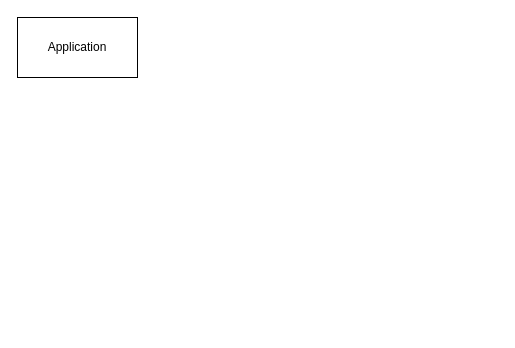
Earlier version of the draw.io diagram page "application" (1 of 4) of 未命名绘图.drawio (kuiiue/genshin-rhythm). Source tidied: cells renumbered, new cells numbered last; positions are measured from the earlier drawing's top-left corner, leaving out a move shared by most shapes. Both pictures are drawn from the tidied source at 100%, with x=0, y=0 at pixel (17, 17).
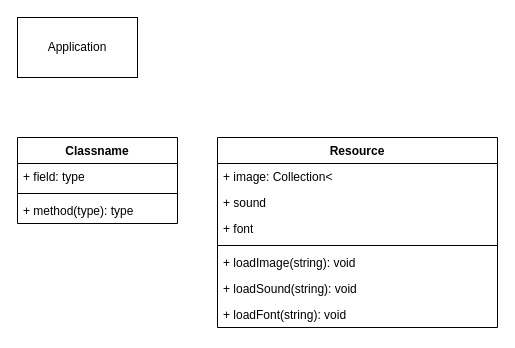
After the change.

The edit, as a diff of the source:
```diff
@@
 <mxGraphModel>
   <root>
     <mxCell id="0" />
     <mxCell id="1" parent="0" />
     <mxCell id="2" value="&lt;div&gt;Application&lt;/div&gt;" style="rounded=0;whiteSpace=wrap;html=1;" parent="1" vertex="1">
       <mxGeometry width="120" height="60" as="geometry" />
     </mxCell>
+    <mxCell id="3" value="Classname" style="swimlane;fontStyle=1;align=center;verticalAlign=top;horizontal=1;startSize=26;whiteSpace=wrap;html=1;" parent="1" vertex="1">
+      <mxGeometry y="120" width="160" height="86" as="geometry" />
+    </mxCell>
+    <mxCell id="4" value="+ field: type" style="text;strokeColor=none;fillColor=none;align=left;verticalAlign=top;spacingLeft=4;spacingRight=4;overflow=hidden;whiteSpace=wrap;html=1;" parent="3" vertex="1">
+      <mxGeometry y="26" width="160" height="26" as="geometry" />
+    </mxCell>
+    <mxCell id="5" style="line;strokeWidth=1;fillColor=none;align=left;verticalAlign=middle;spacingTop=-1;spacingLeft=3;spacingRight=3;labelPosition=right;strokeColor=inherit;" parent="3" vertex="1">
+      <mxGeometry y="52" width="160" height="8" as="geometry" />
+    </mxCell>
+    <mxCell id="6" value="+ method(type): type" style="text;strokeColor=none;fillColor=none;align=left;verticalAlign=top;spacingLeft=4;spacingRight=4;overflow=hidden;whiteSpace=wrap;html=1;" parent="3" vertex="1">
+      <mxGeometry y="60" width="160" height="26" as="geometry" />
+    </mxCell>
+    <mxCell id="7" value="Resource" style="swimlane;fontStyle=1;align=center;verticalAlign=top;horizontal=1;startSize=26;whiteSpace=wrap;html=1;" parent="1" vertex="1">
+      <mxGeometry x="200" y="120" width="280" height="190" as="geometry" />
+    </mxCell>
+    <mxCell id="8" value="+ image: Collection&amp;lt;" style="text;strokeColor=none;fillColor=none;align=left;verticalAlign=top;spacingLeft=4;spacingRight=4;overflow=hidden;whiteSpace=wrap;html=1;" parent="7" vertex="1">
+      <mxGeometry y="26" width="280" height="26" as="geometry" />
+    </mxCell>
+    <mxCell id="9" value="+ sound" style="text;strokeColor=none;fillColor=none;align=left;verticalAlign=top;spacingLeft=4;spacingRight=4;overflow=hidden;whiteSpace=wrap;html=1;" parent="7" vertex="1">
+      <mxGeometry y="52" width="280" height="26" as="geometry" />
+    </mxCell>
+    <mxCell id="10" value="+ font" style="text;strokeColor=none;fillColor=none;align=left;verticalAlign=top;spacingLeft=4;spacingRight=4;overflow=hidden;whiteSpace=wrap;html=1;" parent="7" vertex="1">
+      <mxGeometry y="78" width="280" height="26" as="geometry" />
+    </mxCell>
+    <mxCell id="11" style="line;strokeWidth=1;fillColor=none;align=left;verticalAlign=middle;spacingTop=-1;spacingLeft=3;spacingRight=3;labelPosition=right;strokeColor=inherit;" parent="7" vertex="1">
+      <mxGeometry y="104" width="280" height="8" as="geometry" />
+    </mxCell>
+    <mxCell id="12" value="+ loadImage(string): void" style="text;strokeColor=none;fillColor=none;align=left;verticalAlign=top;spacingLeft=4;spacingRight=4;overflow=hidden;whiteSpace=wrap;html=1;" parent="7" vertex="1">
+      <mxGeometry y="112" width="280" height="26" as="geometry" />
+    </mxCell>
+    <mxCell id="13" value="+ loadSound(string): void" style="text;strokeColor=none;fillColor=none;align=left;verticalAlign=top;spacingLeft=4;spacingRight=4;overflow=hidden;whiteSpace=wrap;html=1;" parent="7" vertex="1">
+      <mxGeometry y="138" width="280" height="26" as="geometry" />
+    </mxCell>
+    <mxCell id="14" value="+ loadFont(string): void" style="text;strokeColor=none;fillColor=none;align=left;verticalAlign=top;spacingLeft=4;spacingRight=4;overflow=hidden;whiteSpace=wrap;html=1;" parent="7" vertex="1">
+      <mxGeometry y="164" width="280" height="26" as="geometry" />
+    </mxCell>
   </root>
 </mxGraphModel>
```
